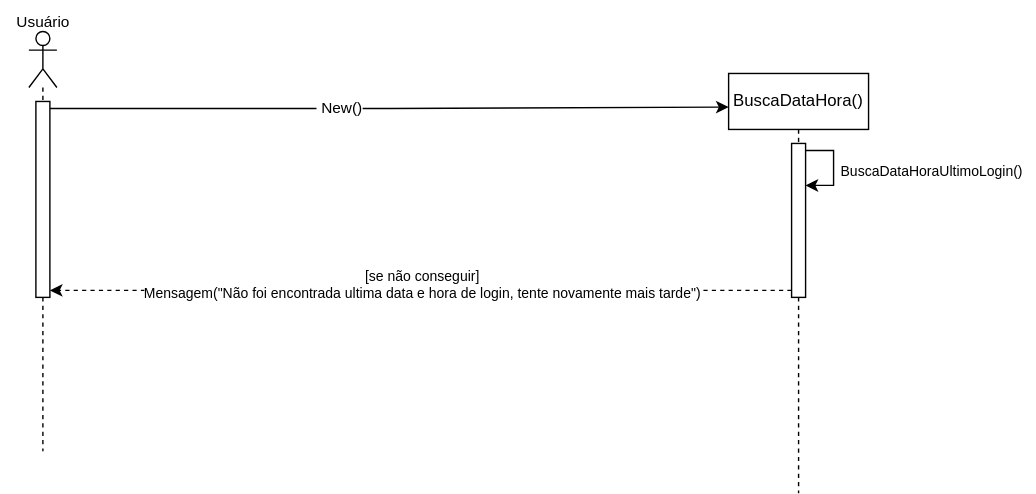
Before: CScaso14.drawio.svg, a diagram exported from draw.io (JesCat16/Projeto01_Modelagem_De_Software). Source tidied: cells renumbered, new cells last; positions are measured from the earlier drawing's top-left corner, leaving out a move shared by most shapes.
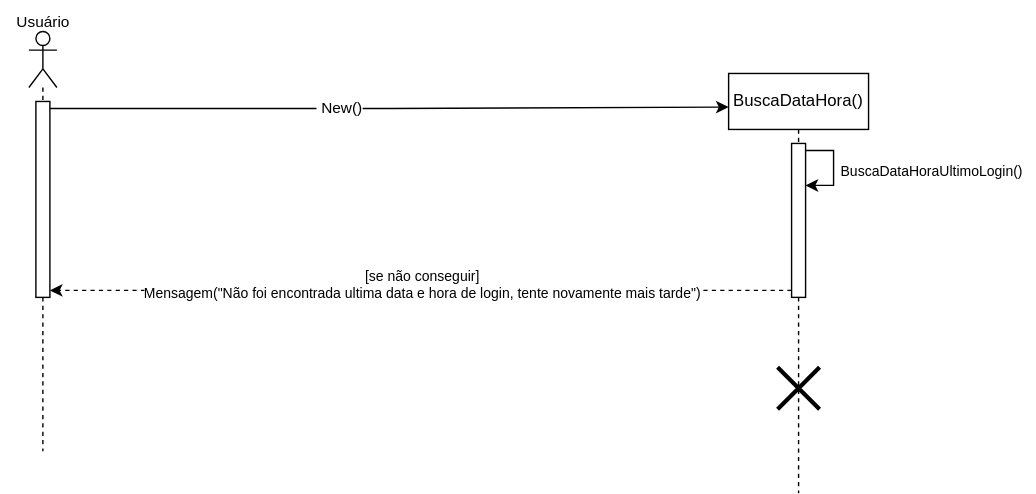
The same diagram one commit later.

Diff of the diagram source:
```diff
@@ -30,6 +30,9 @@
         </Array>
       </mxGeometry>
     </mxCell>
+    <mxCell id="13" style="shape=umlDestroy;whiteSpace=wrap;html=1;strokeWidth=3;targetShapes=umlLifeline;" parent="6" vertex="1">
+      <mxGeometry x="35" y="210" width="30" height="30" as="geometry" />
+    </mxCell>
     <mxCell id="9" value="&lt;font style=&quot;font-size: 10px;&quot;&gt;BuscaDataHoraUltimoLogin()&lt;/font&gt;" style="text;html=1;align=center;verticalAlign=middle;strokeColor=none;fillColor=none;" parent="1" vertex="1">
       <mxGeometry x="590" y="107" width="150" height="30" as="geometry" />
     </mxCell>
```
